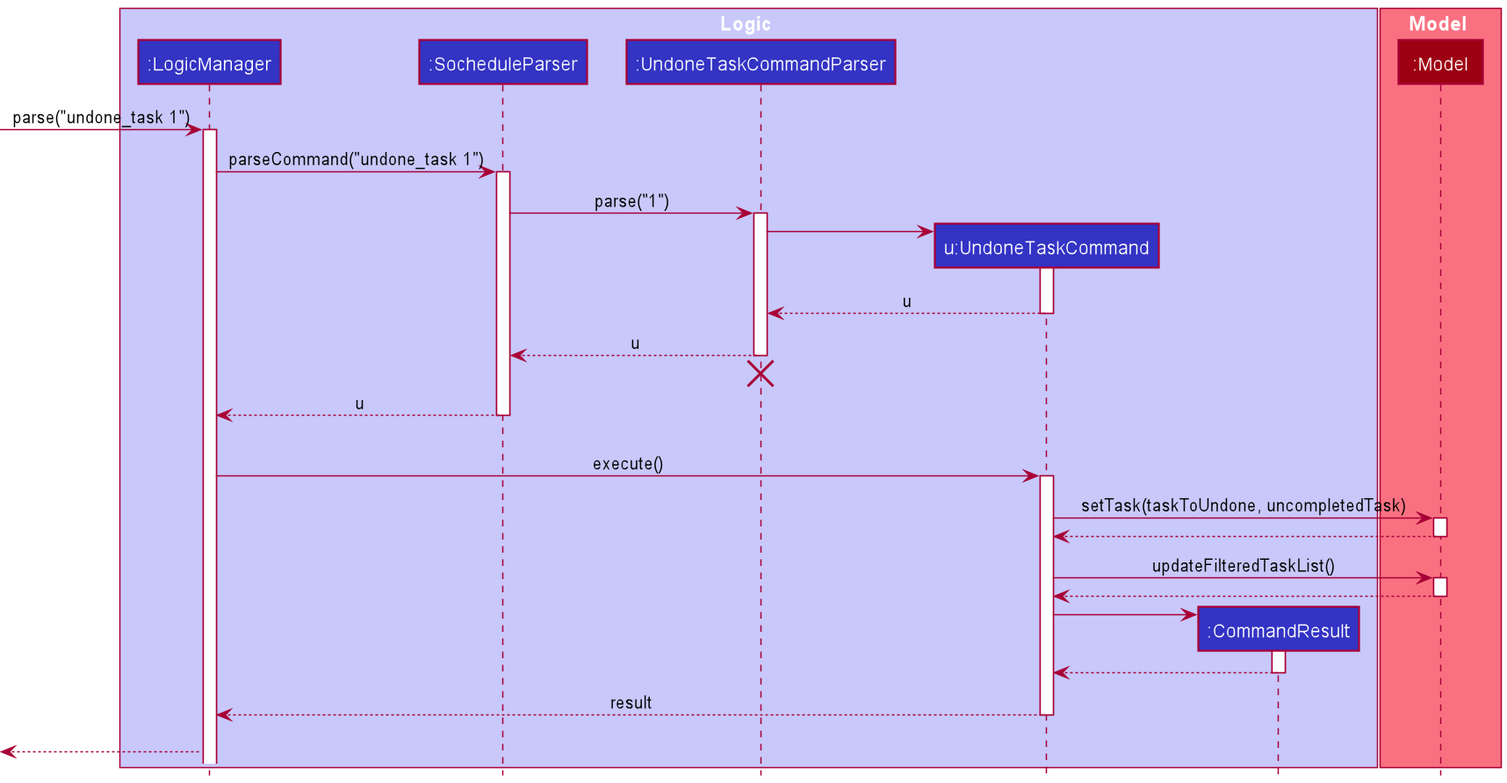
Earlier version of the PlantUML export docs/images/UndoneTaskCommandSequenceDiagram.png (nus-cs2103-AY2021S2/tp).
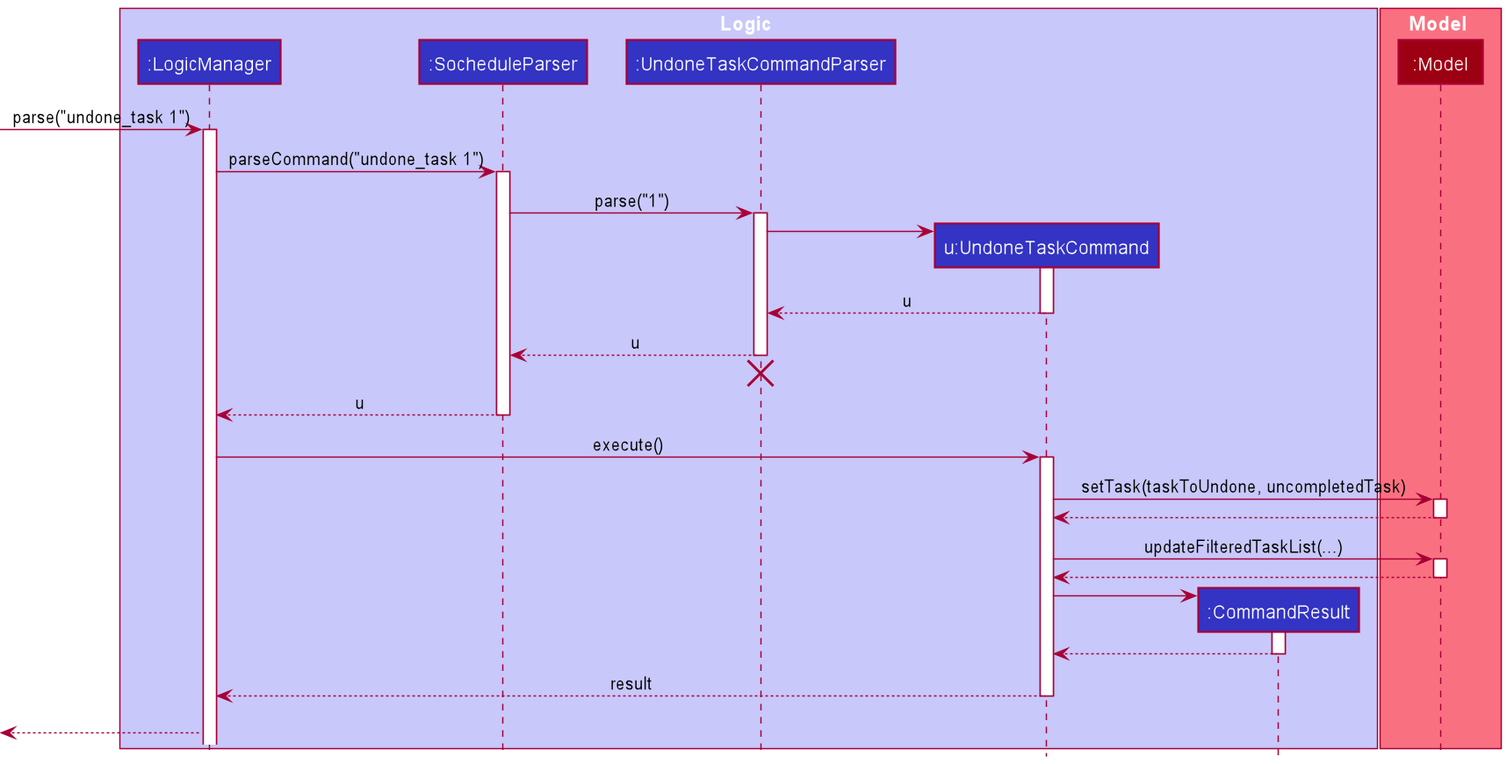
The same diagram one commit later.

What changed in the source:
```diff
@@ -35,7 +35,6 @@
 
 LogicManager <-- SocheduleParser : u
 deactivate SocheduleParser
-SocheduleParser -[hidden]->[
 
 LogicManager -> UndoneTaskCommand : execute()
 activate UndoneTaskCommand
@@ -45,7 +44,7 @@
 UndoneTaskCommand <-- Model
 deactivate Model
 
-UndoneTaskCommand -> Model : updateFilteredTaskList()
+UndoneTaskCommand -> Model : updateFilteredTaskList(...)
 activate Model
 UndoneTaskCommand <-- Model
 deactivate Model
```
